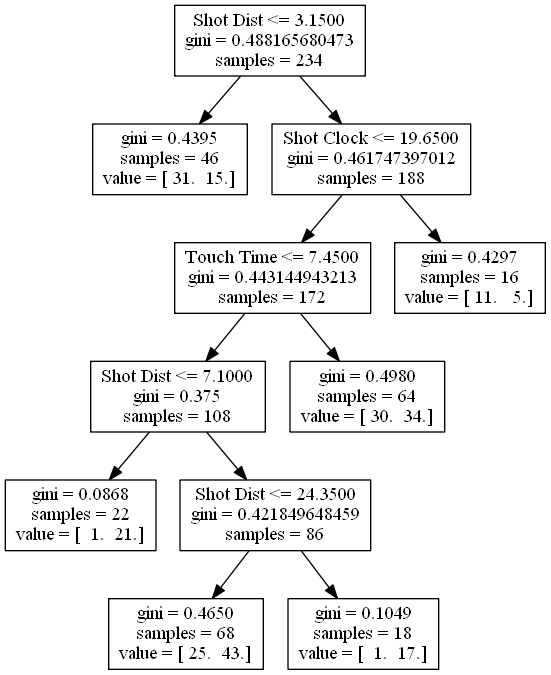
Before: ty_lawson.png, a diagram exported from Graphviz (bveber/Analyze_NBA). Its source is kept beside it as ty_lawson.dot.
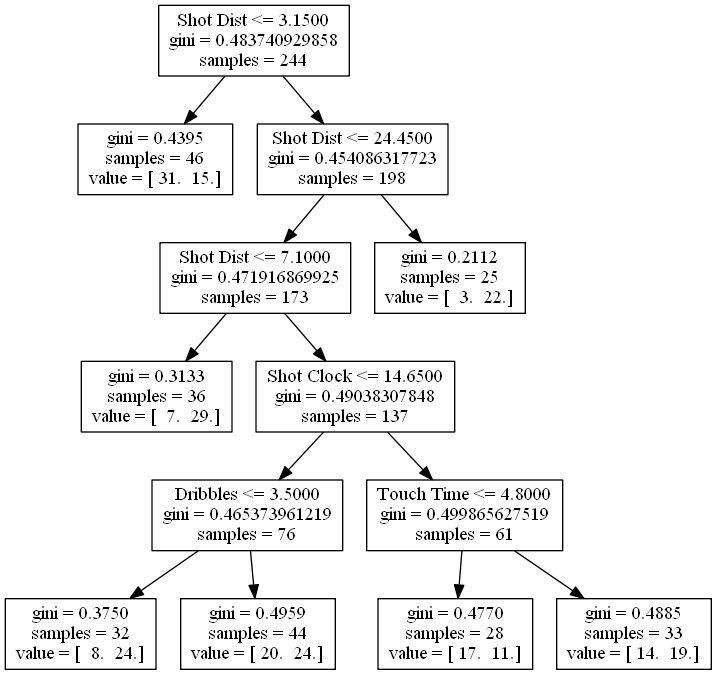
After the commit.

What changed in the source:
```diff
@@ -1,23 +1,27 @@
 digraph Tree {
-0 [label="Shot Dist <= 3.1500\ngini = 0.488165680473\nsamples = 234", shape="box"] ;
+0 [label="Shot Dist <= 3.1500\ngini = 0.483740929858\nsamples = 244", shape="box"] ;
 1 [label="gini = 0.4395\nsamples = 46\nvalue = [ 31.  15.]", shape="box"] ;
 0 -> 1 ;
-2 [label="Shot Clock <= 19.6500\ngini = 0.461747397012\nsamples = 188", shape="box"] ;
+2 [label="Shot Dist <= 24.4500\ngini = 0.454086317723\nsamples = 198", shape="box"] ;
 0 -> 2 ;
-3 [label="Touch Time <= 7.4500\ngini = 0.443144943213\nsamples = 172", shape="box"] ;
+3 [label="Shot Dist <= 7.1000\ngini = 0.471916869925\nsamples = 173", shape="box"] ;
 2 -> 3 ;
-4 [label="Shot Dist <= 7.1000\ngini = 0.375\nsamples = 108", shape="box"] ;
+4 [label="gini = 0.3133\nsamples = 36\nvalue = [  7.  29.]", shape="box"] ;
 3 -> 4 ;
-5 [label="gini = 0.0868\nsamples = 22\nvalue = [  1.  21.]", shape="box"] ;
-4 -> 5 ;
-6 [label="Shot Dist <= 24.3500\ngini = 0.421849648459\nsamples = 86", shape="box"] ;
-4 -> 6 ;
-7 [label="gini = 0.4650\nsamples = 68\nvalue = [ 25.  43.]", shape="box"] ;
+5 [label="Shot Clock <= 14.6500\ngini = 0.49038307848\nsamples = 137", shape="box"] ;
+3 -> 5 ;
+6 [label="Dribbles <= 3.5000\ngini = 0.465373961219\nsamples = 76", shape="box"] ;
+5 -> 6 ;
+7 [label="gini = 0.3750\nsamples = 32\nvalue = [  8.  24.]", shape="box"] ;
 6 -> 7 ;
-8 [label="gini = 0.1049\nsamples = 18\nvalue = [  1.  17.]", shape="box"] ;
+8 [label="gini = 0.4959\nsamples = 44\nvalue = [ 20.  24.]", shape="box"] ;
 6 -> 8 ;
-9 [label="gini = 0.4980\nsamples = 64\nvalue = [ 30.  34.]", shape="box"] ;
-3 -> 9 ;
-10 [label="gini = 0.4297\nsamples = 16\nvalue = [ 11.   5.]", shape="box"] ;
-2 -> 10 ;
+9 [label="Touch Time <= 4.8000\ngini = 0.499865627519\nsamples = 61", shape="box"] ;
+5 -> 9 ;
+10 [label="gini = 0.4770\nsamples = 28\nvalue = [ 17.  11.]", shape="box"] ;
+9 -> 10 ;
+11 [label="gini = 0.4885\nsamples = 33\nvalue = [ 14.  19.]", shape="box"] ;
+9 -> 11 ;
+12 [label="gini = 0.2112\nsamples = 25\nvalue = [  3.  22.]", shape="box"] ;
+2 -> 12 ;
 }
```
